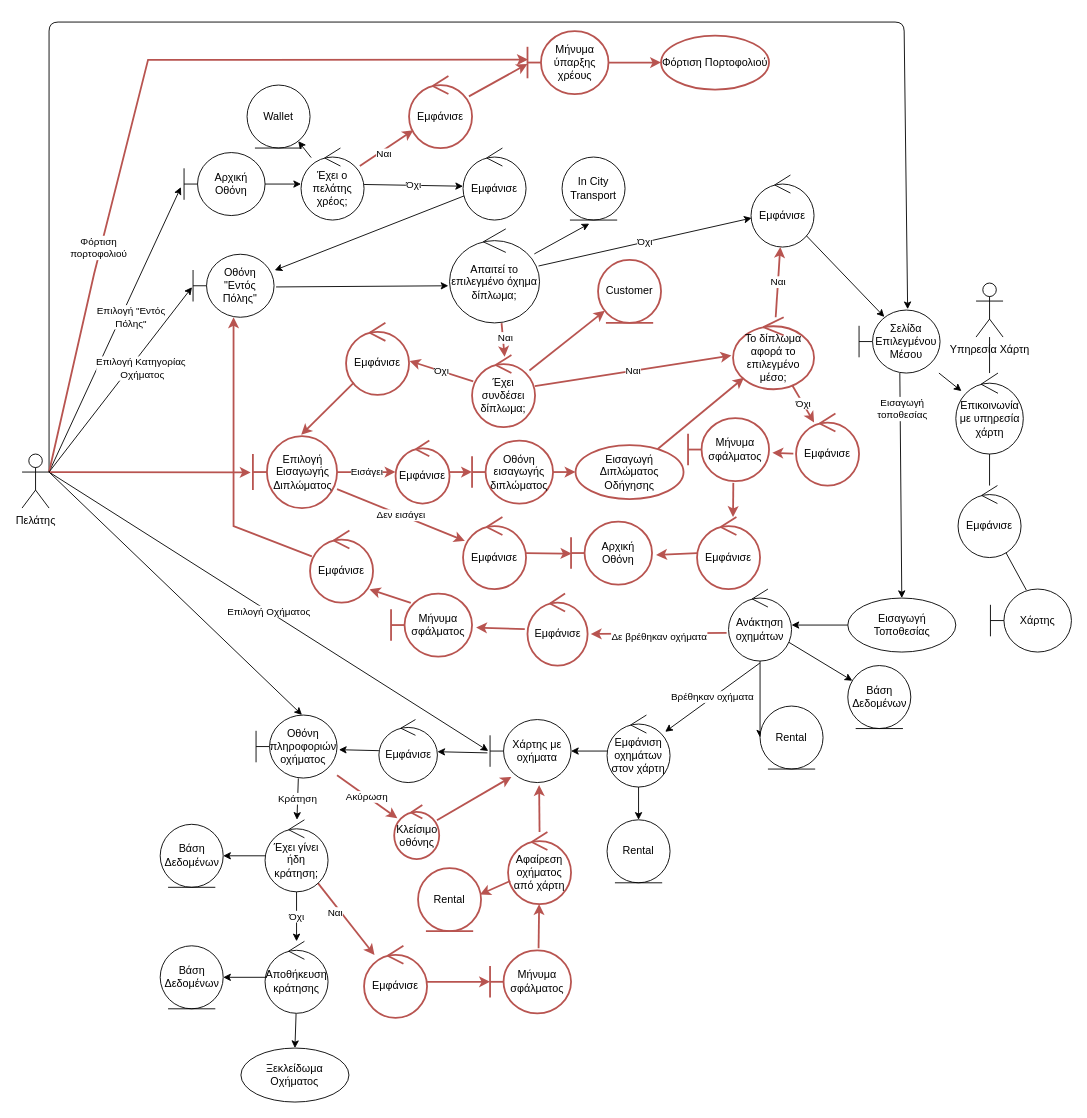
Above: Part_2/Robustness/diagrams/01_Επιλογή_Μέσου_Μετακίνησης.drawio in Nikolis2002/texnoligia_logismikou (draw.io), before the change. Source tidied: cells renumbered, new cells numbered last; positions are measured from the earlier drawing's top-left corner, leaving out a move shared by most shapes. Both pictures are drawn from the tidied source at 90%, with x=0, y=0 at pixel (22, 22).
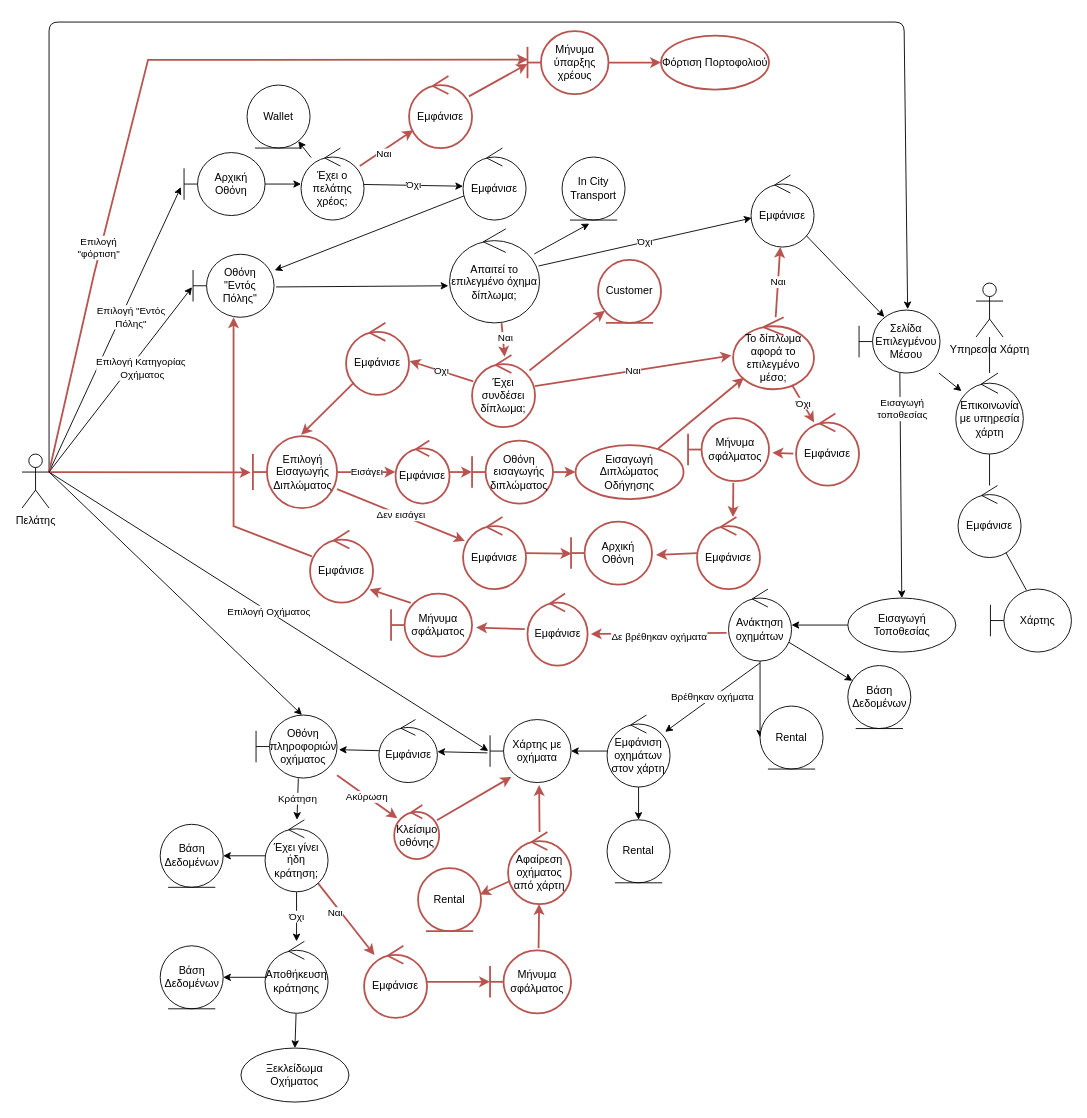
Above is the later version.

Unchanged cells that the change refers to:
```xml
<mxCell id="9" style="edgeStyle=none;html=1;exitX=1;exitY=0.3333333333333333;exitDx=0;exitDy=0;exitPerimeter=0;entryX=0.005;entryY=0.453;entryDx=0;entryDy=0;entryPerimeter=0;rounded=0;strokeColor=#b85450;fillColor=#f8cecc;strokeWidth=2;" parent="1" edge="1" source="11" target="68">
  <mxGeometry relative="1" as="geometry">
    <Array as="points">
      <mxPoint x="80" y="280" />
      <mxPoint x="140" y="42" />
    </Array>
  </mxGeometry>
</mxCell>
```

What changed in the source:
```diff
@@
-    <mxCell id="10" value="Φόρτιση&lt;br&gt;πορτοφολιού" style="edgeLabel;html=1;align=center;verticalAlign=middle;" parent="9" vertex="1">
+    <mxCell id="10" value="Επιλογή&lt;br&gt;&quot;φόρτιση&quot;" style="edgeLabel;html=1;align=center;verticalAlign=middle;" parent="9" vertex="1">
       <mxGeometry x="-0.43" y="3" relative="1" as="geometry" />
     </mxCell>
```
